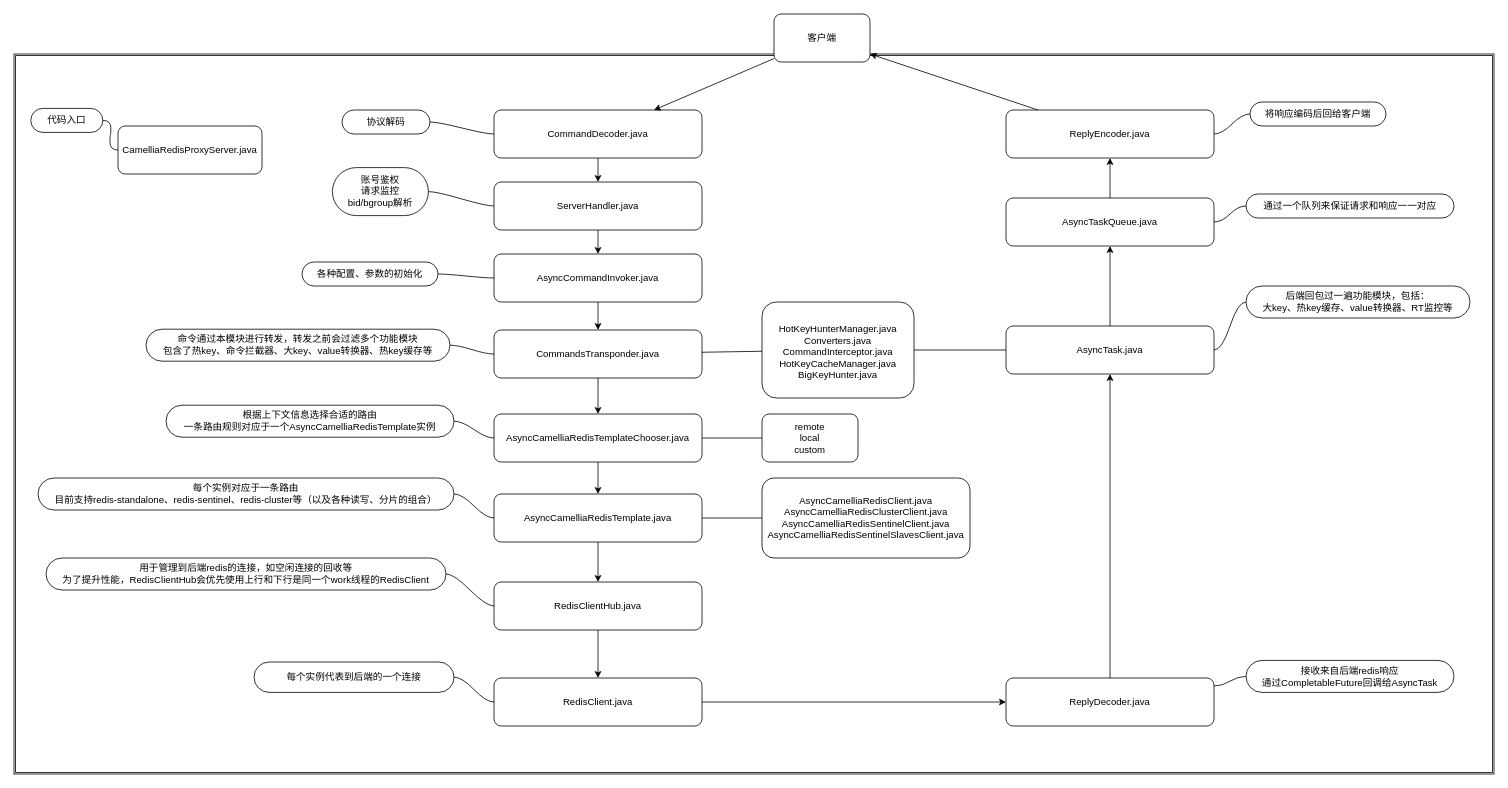
Earlier version of the draw.io diagram docs/redis-proxy/redis-proxy-code.drawio (netease-im/camellia). Source tidied: cells renumbered, new cells numbered last; positions are measured from the earlier drawing's top-left corner, leaving out a move shared by most shapes. Both pictures are drawn from the tidied source at 80%, with x=0, y=0 at pixel (14, 14).
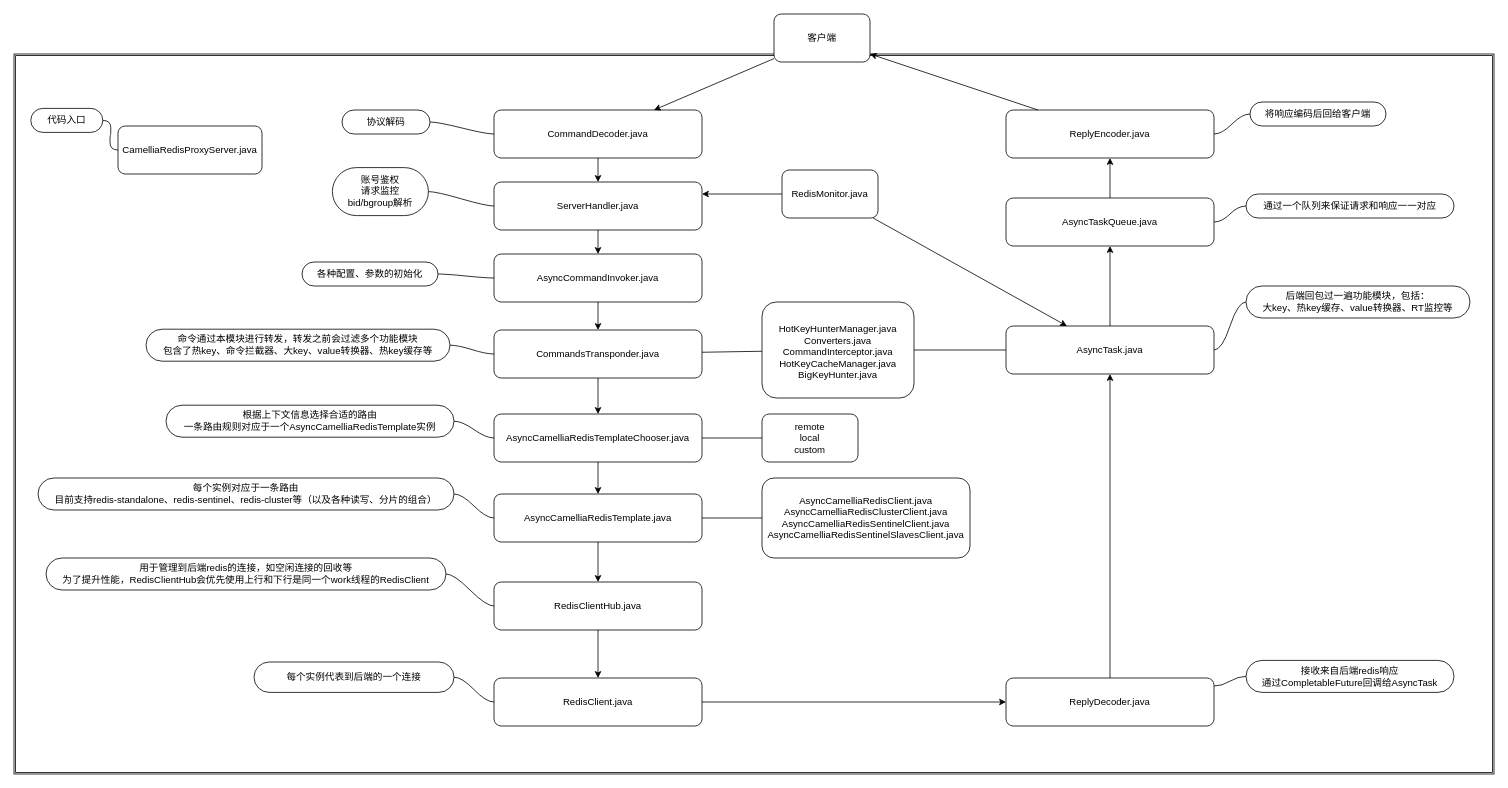
Above is the later version.

Unchanged cells that the change refers to:
```xml
<mxCell id="5" value="ServerHandler.java" style="rounded=1;whiteSpace=wrap;html=1;" parent="1" vertex="1">
  <mxGeometry x="600" y="210" width="260" height="60" as="geometry" />
</mxCell>
<mxCell id="44" value="AsyncTask.java" style="rounded=1;whiteSpace=wrap;html=1;" parent="1" vertex="1">
  <mxGeometry x="1240" y="390" width="260" height="60" as="geometry" />
</mxCell>
```

Change to the diagram source:
```diff
@@
+    <mxCell id="63" value="RedisMonitor.java" style="rounded=1;whiteSpace=wrap;html=1;" parent="1" vertex="1">
+      <mxGeometry x="960" y="195" width="120" height="60" as="geometry" />
+    </mxCell>
+    <mxCell id="64" style="endArrow=classic;html=1;entryX=1;entryY=0.25;entryDx=0;entryDy=0;" parent="1" edge="1" source="63" target="5">
+      <mxGeometry relative="1" as="geometry" />
+    </mxCell>
+    <mxCell id="65" style="endArrow=classic;html=1;" parent="1" edge="1" source="63" target="44">
+      <mxGeometry relative="1" as="geometry" />
+    </mxCell>
```
